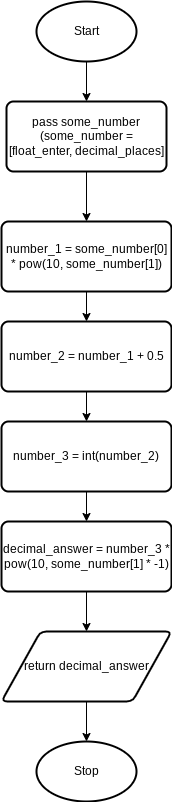
This is design.round.flowchart.png from Yiyun-Qin/ICS3U-Unit5-06-Python, a draw.io export, as it was before one commit. Source tidied: cells renumbered, new cells last; positions are measured from the earlier drawing's top-left corner, leaving out a move shared by most shapes. Source of this version:
```xml
<mxGraphModel>
  <root>
    <mxCell id="0" />
    <mxCell id="1" parent="0" />
    <mxCell id="2" style="edgeStyle=none;html=1;exitX=0.5;exitY=1;exitDx=0;exitDy=0;exitPerimeter=0;entryX=0.5;entryY=0;entryDx=0;entryDy=0;" parent="1" edge="1" source="3" target="6">
      <mxGeometry relative="1" as="geometry" />
    </mxCell>
    <mxCell id="3" value="Start" style="strokeWidth=2;html=1;shape=mxgraph.flowchart.start_1;whiteSpace=wrap;" parent="1" vertex="1">
      <mxGeometry x="35" width="100" height="60" as="geometry" />
    </mxCell>
    <mxCell id="4" value="Stop" style="strokeWidth=2;html=1;shape=mxgraph.flowchart.start_1;whiteSpace=wrap;" parent="1" vertex="1">
      <mxGeometry x="35" y="740" width="100" height="60" as="geometry" />
    </mxCell>
    <mxCell id="5" style="edgeStyle=none;html=1;exitX=0.5;exitY=1;exitDx=0;exitDy=0;entryX=0.5;entryY=0;entryDx=0;entryDy=0;" parent="1" edge="1" source="6" target="8">
      <mxGeometry relative="1" as="geometry" />
    </mxCell>
    <mxCell id="6" value="pass some_number&lt;br&gt;(some_number = [float_enter, decimal_places]" style="rounded=1;whiteSpace=wrap;html=1;absoluteArcSize=1;arcSize=14;strokeWidth=2;" parent="1" vertex="1">
      <mxGeometry x="5" y="100" width="160" height="70" as="geometry" />
    </mxCell>
    <mxCell id="7" style="edgeStyle=none;html=1;exitX=0.5;exitY=1;exitDx=0;exitDy=0;entryX=0.5;entryY=0;entryDx=0;entryDy=0;" parent="1" edge="1" source="8" target="10">
      <mxGeometry relative="1" as="geometry" />
    </mxCell>
    <mxCell id="8" value="number_1 = some_number[0] * pow(10, some_number[1])" style="rounded=1;whiteSpace=wrap;html=1;absoluteArcSize=1;arcSize=14;strokeWidth=2;" parent="1" vertex="1">
      <mxGeometry y="220" width="170" height="70" as="geometry" />
    </mxCell>
    <mxCell id="9" style="edgeStyle=none;html=1;exitX=0.5;exitY=1;exitDx=0;exitDy=0;entryX=0.5;entryY=0;entryDx=0;entryDy=0;" parent="1" edge="1" source="10" target="12">
      <mxGeometry relative="1" as="geometry" />
    </mxCell>
    <mxCell id="10" value="number_2 = number_1 + 0.5" style="rounded=1;whiteSpace=wrap;html=1;absoluteArcSize=1;arcSize=14;strokeWidth=2;" parent="1" vertex="1">
      <mxGeometry y="320" width="170" height="70" as="geometry" />
    </mxCell>
    <mxCell id="11" style="edgeStyle=none;html=1;exitX=0.5;exitY=1;exitDx=0;exitDy=0;entryX=0.5;entryY=0;entryDx=0;entryDy=0;" parent="1" edge="1" source="12" target="14">
      <mxGeometry relative="1" as="geometry" />
    </mxCell>
    <mxCell id="12" value="number_3 = int(number_2)" style="rounded=1;whiteSpace=wrap;html=1;absoluteArcSize=1;arcSize=14;strokeWidth=2;" parent="1" vertex="1">
      <mxGeometry y="420" width="170" height="70" as="geometry" />
    </mxCell>
    <mxCell id="13" style="edgeStyle=none;html=1;exitX=0.5;exitY=1;exitDx=0;exitDy=0;entryX=0.5;entryY=0;entryDx=0;entryDy=0;" parent="1" edge="1" source="14" target="16">
      <mxGeometry relative="1" as="geometry" />
    </mxCell>
    <mxCell id="14" value="decimal_answer = number_3 * pow(10, some_number[1] * -1)" style="rounded=1;whiteSpace=wrap;html=1;absoluteArcSize=1;arcSize=14;strokeWidth=2;" parent="1" vertex="1">
      <mxGeometry y="520" width="170" height="70" as="geometry" />
    </mxCell>
    <mxCell id="15" style="edgeStyle=none;html=1;exitX=0.5;exitY=1;exitDx=0;exitDy=0;entryX=0.5;entryY=0;entryDx=0;entryDy=0;entryPerimeter=0;" parent="1" edge="1" source="16" target="4">
      <mxGeometry relative="1" as="geometry" />
    </mxCell>
    <mxCell id="16" value="return decimal_answer" style="shape=parallelogram;html=1;strokeWidth=2;perimeter=parallelogramPerimeter;whiteSpace=wrap;rounded=1;arcSize=12;size=0.23;" parent="1" vertex="1">
      <mxGeometry y="630" width="170" height="70" as="geometry" />
    </mxCell>
  </root>
</mxGraphModel>
```
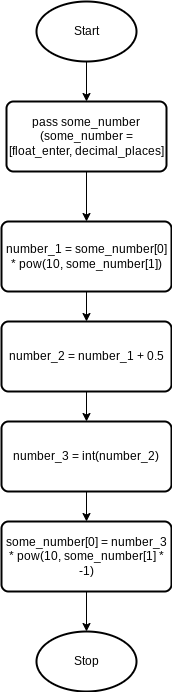
Later version of the same file.

Change to the diagram source:
```diff
@@ -9,7 +9,7 @@
       <mxGeometry x="35" width="100" height="60" as="geometry" />
     </mxCell>
     <mxCell id="4" value="Stop" style="strokeWidth=2;html=1;shape=mxgraph.flowchart.start_1;whiteSpace=wrap;" parent="1" vertex="1">
-      <mxGeometry x="35" y="740" width="100" height="60" as="geometry" />
+      <mxGeometry x="35" y="630" width="100" height="60" as="geometry" />
     </mxCell>
     <mxCell id="5" style="edgeStyle=none;html=1;exitX=0.5;exitY=1;exitDx=0;exitDy=0;entryX=0.5;entryY=0;entryDx=0;entryDy=0;" parent="1" edge="1" source="6" target="8">
       <mxGeometry relative="1" as="geometry" />
@@ -35,17 +35,11 @@
     <mxCell id="12" value="number_3 = int(number_2)" style="rounded=1;whiteSpace=wrap;html=1;absoluteArcSize=1;arcSize=14;strokeWidth=2;" parent="1" vertex="1">
       <mxGeometry y="420" width="170" height="70" as="geometry" />
     </mxCell>
-    <mxCell id="13" style="edgeStyle=none;html=1;exitX=0.5;exitY=1;exitDx=0;exitDy=0;entryX=0.5;entryY=0;entryDx=0;entryDy=0;" parent="1" edge="1" source="14" target="16">
-      <mxGeometry relative="1" as="geometry" />
-    </mxCell>
+    <mxCell id="15" style="edgeStyle=none;html=1;exitX=0.5;exitY=1;exitDx=0;exitDy=0;entryX=0.5;entryY=0;entryDx=0;entryDy=0;entryPerimeter=0;" parent="1" edge="1" source="14" target="4">
+      <mxGeometry relative="1" as="geometry" />
+    </mxCell>
-    <mxCell id="14" value="decimal_answer = number_3 * pow(10, some_number[1] * -1)" style="rounded=1;whiteSpace=wrap;html=1;absoluteArcSize=1;arcSize=14;strokeWidth=2;" parent="1" vertex="1">
+    <mxCell id="14" value="some_number[0] = number_3 * pow(10, some_number[1] * -1)" style="rounded=1;whiteSpace=wrap;html=1;absoluteArcSize=1;arcSize=14;strokeWidth=2;" parent="1" vertex="1">
       <mxGeometry y="520" width="170" height="70" as="geometry" />
     </mxCell>
-    <mxCell id="15" style="edgeStyle=none;html=1;exitX=0.5;exitY=1;exitDx=0;exitDy=0;entryX=0.5;entryY=0;entryDx=0;entryDy=0;entryPerimeter=0;" parent="1" edge="1" source="16" target="4">
-      <mxGeometry relative="1" as="geometry" />
-    </mxCell>
-    <mxCell id="16" value="return decimal_answer" style="shape=parallelogram;html=1;strokeWidth=2;perimeter=parallelogramPerimeter;whiteSpace=wrap;rounded=1;arcSize=12;size=0.23;" parent="1" vertex="1">
-      <mxGeometry y="630" width="170" height="70" as="geometry" />
-    </mxCell>
   </root>
 </mxGraphModel>
```
